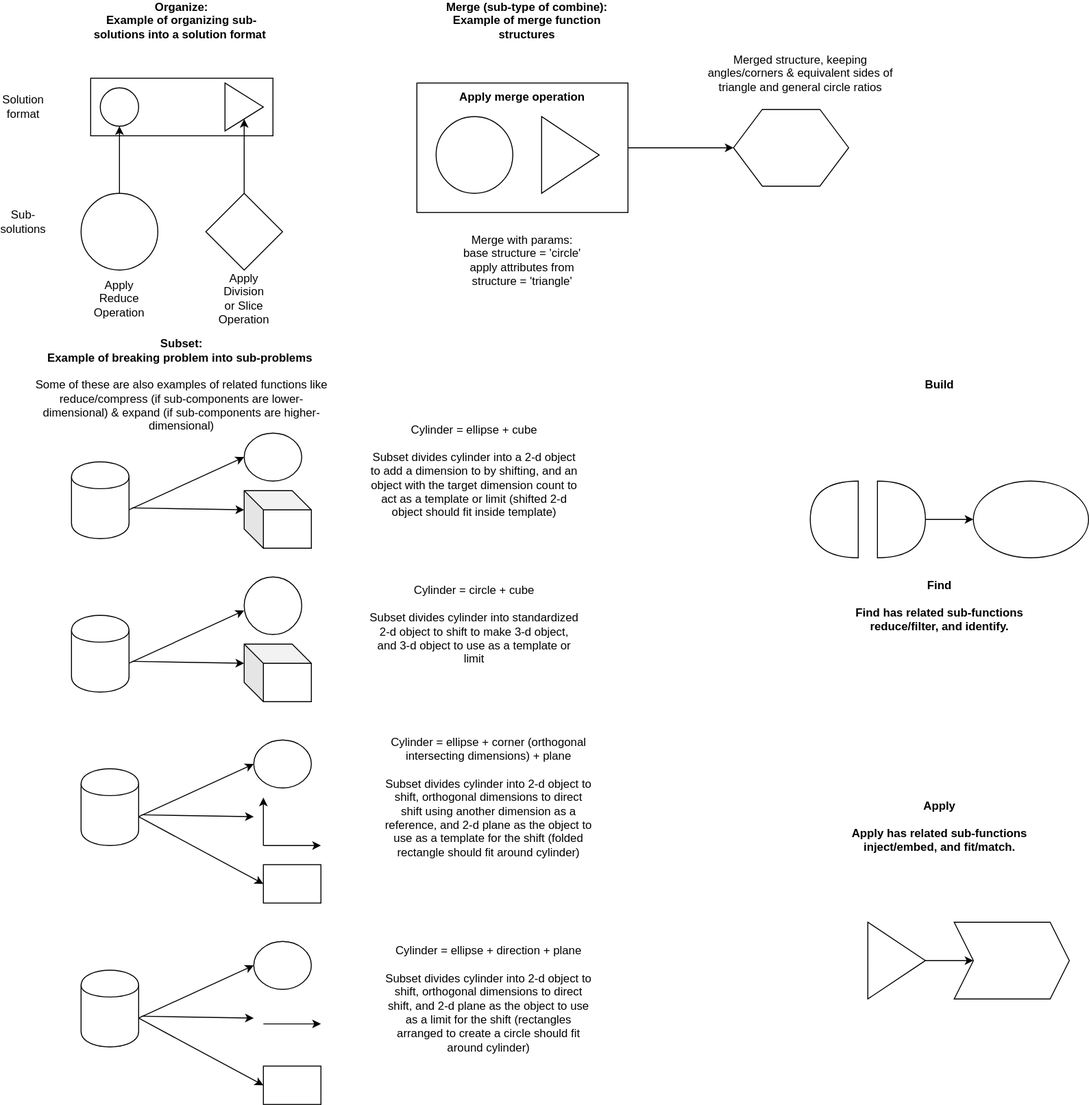
This is docs/objects/core_functions.svg from outdreamer/build-a-cure, a draw.io export, as it was before one commit. Source tidied: cells renumbered, new cells last; positions are measured from the earlier drawing's top-left corner, leaving out a move shared by most shapes. The source it was exported from:
```xml
<mxGraphModel>
  <root>
    <mxCell id="0" />
    <mxCell id="1" parent="0" />
    <mxCell id="2" style="rounded=0;whiteSpace=wrap;html=1;" parent="1" vertex="1">
      <mxGeometry x="430" y="75" width="220" height="135" as="geometry" />
    </mxCell>
    <mxCell id="3" style="rounded=0;whiteSpace=wrap;html=1;" parent="1" vertex="1">
      <mxGeometry x="90" y="70" width="190" height="60" as="geometry" />
    </mxCell>
    <mxCell id="4" style="ellipse;whiteSpace=wrap;html=1;" parent="1" vertex="1">
      <mxGeometry x="100" y="80" width="40" height="40" as="geometry" />
    </mxCell>
    <mxCell id="5" style="triangle;whiteSpace=wrap;html=1;" parent="1" vertex="1">
      <mxGeometry x="230" y="75" width="40" height="50" as="geometry" />
    </mxCell>
    <mxCell id="6" style="ellipse;whiteSpace=wrap;html=1;" parent="1" vertex="1">
      <mxGeometry x="80" y="190" width="80" height="80" as="geometry" />
    </mxCell>
    <mxCell id="7" style="rhombus;whiteSpace=wrap;html=1;" parent="1" vertex="1">
      <mxGeometry x="210" y="190" width="80" height="80" as="geometry" />
    </mxCell>
    <mxCell id="8" value="Organize:&lt;br&gt;Example of organizing sub-solutions into a solution format&amp;nbsp;" style="text;html=1;strokeColor=none;fillColor=none;align=center;verticalAlign=middle;whiteSpace=wrap;rounded=0;fontStyle=1;" parent="1" vertex="1">
      <mxGeometry x="80" width="210" height="20" as="geometry" />
    </mxCell>
    <mxCell id="9" value="Solution format" style="text;html=1;strokeColor=none;fillColor=none;align=center;verticalAlign=middle;whiteSpace=wrap;rounded=0;" parent="1" vertex="1">
      <mxGeometry y="90" width="40" height="20" as="geometry" />
    </mxCell>
    <mxCell id="10" value="Sub-solutions" style="text;html=1;strokeColor=none;fillColor=none;align=center;verticalAlign=middle;whiteSpace=wrap;rounded=0;" parent="1" vertex="1">
      <mxGeometry y="210" width="40" height="20" as="geometry" />
    </mxCell>
    <mxCell id="11" value="Apply&lt;br&gt;Reduce Operation" style="text;html=1;strokeColor=none;fillColor=none;align=center;verticalAlign=middle;whiteSpace=wrap;rounded=0;" parent="1" vertex="1">
      <mxGeometry x="100" y="290" width="40" height="20" as="geometry" />
    </mxCell>
    <mxCell id="12" value="Apply&lt;br&gt;Division or Slice Operation" style="text;html=1;strokeColor=none;fillColor=none;align=center;verticalAlign=middle;whiteSpace=wrap;rounded=0;" parent="1" vertex="1">
      <mxGeometry x="230" y="290" width="40" height="20" as="geometry" />
    </mxCell>
    <mxCell id="13" style="endArrow=classic;html=1;exitX=0.5;exitY=0;exitDx=0;exitDy=0;entryX=0.5;entryY=1;entryDx=0;entryDy=0;" parent="1" edge="1" source="6" target="4">
      <mxGeometry relative="1" as="geometry" />
    </mxCell>
    <mxCell id="14" style="endArrow=classic;html=1;exitX=0.5;exitY=0;exitDx=0;exitDy=0;entryX=0.5;entryY=1;entryDx=0;entryDy=0;" parent="1" edge="1" source="7" target="5">
      <mxGeometry relative="1" as="geometry" />
    </mxCell>
    <mxCell id="15" value="Merge (sub-type of combine):&lt;br&gt;Example of merge function structures" style="text;html=1;strokeColor=none;fillColor=none;align=center;verticalAlign=middle;whiteSpace=wrap;rounded=0;fontStyle=1;" parent="1" vertex="1">
      <mxGeometry x="440" width="210" height="20" as="geometry" />
    </mxCell>
    <mxCell id="16" style="ellipse;whiteSpace=wrap;html=1;" parent="1" vertex="1">
      <mxGeometry x="450" y="110" width="80" height="80" as="geometry" />
    </mxCell>
    <mxCell id="17" style="triangle;whiteSpace=wrap;html=1;" parent="1" vertex="1">
      <mxGeometry x="560" y="110" width="60" height="80" as="geometry" />
    </mxCell>
    <mxCell id="18" value="Apply merge operation" style="text;html=1;strokeColor=none;fillColor=none;align=center;verticalAlign=middle;whiteSpace=wrap;rounded=0;fontStyle=1;" parent="1" vertex="1">
      <mxGeometry x="460" y="80" width="160" height="20" as="geometry" />
    </mxCell>
    <mxCell id="19" style="shape=hexagon;perimeter=hexagonPerimeter2;whiteSpace=wrap;html=1;" parent="1" vertex="1">
      <mxGeometry x="760" y="102.5" width="120" height="80" as="geometry" />
    </mxCell>
    <mxCell id="20" style="endArrow=classic;html=1;exitX=1;exitY=0.5;exitDx=0;exitDy=0;entryX=0;entryY=0.5;entryDx=0;entryDy=0;" parent="1" edge="1" source="2" target="19">
      <mxGeometry relative="1" as="geometry" />
    </mxCell>
    <mxCell id="21" value="Merged structure, keeping angles/corners &amp;amp; equivalent sides of triangle and general circle ratios" style="text;html=1;strokeColor=none;fillColor=none;align=center;verticalAlign=middle;whiteSpace=wrap;rounded=0;" parent="1" vertex="1">
      <mxGeometry x="730" y="55" width="200" height="20" as="geometry" />
    </mxCell>
    <mxCell id="22" value="Merge with params:&lt;br&gt;base structure = 'circle'&lt;br&gt;apply attributes from structure = 'triangle'" style="text;html=1;strokeColor=none;fillColor=none;align=center;verticalAlign=middle;whiteSpace=wrap;rounded=0;" parent="1" vertex="1">
      <mxGeometry x="465" y="250" width="150" height="20" as="geometry" />
    </mxCell>
    <mxCell id="23" value="Subset:&lt;br&gt;Example of breaking problem into sub-problems&amp;nbsp;&lt;br&gt;&lt;br&gt;&lt;span style=&quot;font-weight: normal&quot;&gt;Some of these are also examples of related functions like reduce/compress (if sub-components are lower-dimensional) &amp;amp; expand (if sub-components are higher-dimensional)&lt;/span&gt;" style="text;html=1;strokeColor=none;fillColor=none;align=center;verticalAlign=middle;whiteSpace=wrap;rounded=0;fontStyle=1;" parent="1" vertex="1">
      <mxGeometry x="30" y="380" width="310" height="20" as="geometry" />
    </mxCell>
    <mxCell id="24" style="shape=cylinder;whiteSpace=wrap;html=1;boundedLbl=1;backgroundOutline=1;" parent="1" vertex="1">
      <mxGeometry x="70" y="470" width="60" height="80" as="geometry" />
    </mxCell>
    <mxCell id="25" style="endArrow=classic;html=1;exitX=1.05;exitY=0.6;exitDx=0;exitDy=0;exitPerimeter=0;entryX=0;entryY=0;entryDx=0;entryDy=20;entryPerimeter=0;" parent="1" edge="1" source="24" target="27">
      <mxGeometry relative="1" as="geometry" />
    </mxCell>
    <mxCell id="26" style="ellipse;whiteSpace=wrap;html=1;" parent="1" vertex="1">
      <mxGeometry x="250" y="440" width="60" height="50" as="geometry" />
    </mxCell>
    <mxCell id="27" style="shape=cube;whiteSpace=wrap;html=1;boundedLbl=1;backgroundOutline=1;darkOpacity=0.05;darkOpacity2=0.1;" parent="1" vertex="1">
      <mxGeometry x="250" y="500" width="70" height="60" as="geometry" />
    </mxCell>
    <mxCell id="28" style="endArrow=classic;html=1;entryX=0;entryY=0.5;entryDx=0;entryDy=0;" parent="1" edge="1" target="26">
      <mxGeometry relative="1" as="geometry">
        <mxPoint x="130" y="520" as="sourcePoint" />
      </mxGeometry>
    </mxCell>
    <mxCell id="29" style="shape=cylinder;whiteSpace=wrap;html=1;boundedLbl=1;backgroundOutline=1;" parent="1" vertex="1">
      <mxGeometry x="70" y="630" width="60" height="80" as="geometry" />
    </mxCell>
    <mxCell id="30" style="endArrow=classic;html=1;exitX=1.05;exitY=0.6;exitDx=0;exitDy=0;exitPerimeter=0;entryX=0;entryY=0;entryDx=0;entryDy=20;entryPerimeter=0;" parent="1" edge="1" source="29" target="31">
      <mxGeometry relative="1" as="geometry" />
    </mxCell>
    <mxCell id="31" style="shape=cube;whiteSpace=wrap;html=1;boundedLbl=1;backgroundOutline=1;darkOpacity=0.05;darkOpacity2=0.1;" parent="1" vertex="1">
      <mxGeometry x="250" y="660" width="70" height="60" as="geometry" />
    </mxCell>
    <mxCell id="32" style="endArrow=classic;html=1;entryX=0;entryY=0.5;entryDx=0;entryDy=0;" parent="1" edge="1">
      <mxGeometry relative="1" as="geometry">
        <mxPoint x="130" y="680" as="sourcePoint" />
        <mxPoint x="250" y="625" as="targetPoint" />
      </mxGeometry>
    </mxCell>
    <mxCell id="33" style="ellipse;whiteSpace=wrap;html=1;" parent="1" vertex="1">
      <mxGeometry x="250" y="590" width="60" height="60" as="geometry" />
    </mxCell>
    <mxCell id="34" style="shape=cylinder;whiteSpace=wrap;html=1;boundedLbl=1;backgroundOutline=1;" parent="1" vertex="1">
      <mxGeometry x="80" y="790" width="60" height="80" as="geometry" />
    </mxCell>
    <mxCell id="35" style="endArrow=classic;html=1;exitX=1.05;exitY=0.6;exitDx=0;exitDy=0;exitPerimeter=0;entryX=0;entryY=0;entryDx=0;entryDy=20;entryPerimeter=0;" parent="1" edge="1" source="34">
      <mxGeometry relative="1" as="geometry">
        <mxPoint x="260" y="840" as="targetPoint" />
      </mxGeometry>
    </mxCell>
    <mxCell id="36" style="ellipse;whiteSpace=wrap;html=1;" parent="1" vertex="1">
      <mxGeometry x="260" y="760" width="60" height="50" as="geometry" />
    </mxCell>
    <mxCell id="37" style="endArrow=classic;html=1;entryX=0;entryY=0.5;entryDx=0;entryDy=0;" parent="1" edge="1" target="36">
      <mxGeometry relative="1" as="geometry">
        <mxPoint x="140" y="840" as="sourcePoint" />
      </mxGeometry>
    </mxCell>
    <mxCell id="38" style="endArrow=classic;html=1;" parent="1" edge="1">
      <mxGeometry relative="1" as="geometry">
        <mxPoint x="270" y="870" as="sourcePoint" />
        <mxPoint x="330" y="870" as="targetPoint" />
      </mxGeometry>
    </mxCell>
    <mxCell id="39" style="endArrow=classic;html=1;" parent="1" edge="1">
      <mxGeometry relative="1" as="geometry">
        <mxPoint x="270" y="870" as="sourcePoint" />
        <mxPoint x="270" y="820" as="targetPoint" />
      </mxGeometry>
    </mxCell>
    <mxCell id="40" style="rounded=0;whiteSpace=wrap;html=1;" parent="1" vertex="1">
      <mxGeometry x="270" y="890" width="60" height="40" as="geometry" />
    </mxCell>
    <mxCell id="41" style="endArrow=classic;html=1;entryX=0;entryY=0.5;entryDx=0;entryDy=0;" parent="1" edge="1" target="40">
      <mxGeometry relative="1" as="geometry">
        <mxPoint x="140" y="840" as="sourcePoint" />
      </mxGeometry>
    </mxCell>
    <mxCell id="42" style="shape=cylinder;whiteSpace=wrap;html=1;boundedLbl=1;backgroundOutline=1;" parent="1" vertex="1">
      <mxGeometry x="80" y="1000" width="60" height="80" as="geometry" />
    </mxCell>
    <mxCell id="43" style="endArrow=classic;html=1;exitX=1.05;exitY=0.6;exitDx=0;exitDy=0;exitPerimeter=0;entryX=0;entryY=0;entryDx=0;entryDy=20;entryPerimeter=0;" parent="1" edge="1" source="42">
      <mxGeometry relative="1" as="geometry">
        <mxPoint x="260" y="1050" as="targetPoint" />
      </mxGeometry>
    </mxCell>
    <mxCell id="44" style="ellipse;whiteSpace=wrap;html=1;" parent="1" vertex="1">
      <mxGeometry x="260" y="970" width="60" height="50" as="geometry" />
    </mxCell>
    <mxCell id="45" style="endArrow=classic;html=1;entryX=0;entryY=0.5;entryDx=0;entryDy=0;" parent="1" edge="1" target="44">
      <mxGeometry relative="1" as="geometry">
        <mxPoint x="140" y="1050" as="sourcePoint" />
      </mxGeometry>
    </mxCell>
    <mxCell id="46" style="endArrow=classic;html=1;" parent="1" edge="1">
      <mxGeometry relative="1" as="geometry">
        <mxPoint x="270" y="1056" as="sourcePoint" />
        <mxPoint x="330" y="1056" as="targetPoint" />
      </mxGeometry>
    </mxCell>
    <mxCell id="47" style="rounded=0;whiteSpace=wrap;html=1;" parent="1" vertex="1">
      <mxGeometry x="270" y="1100" width="60" height="40" as="geometry" />
    </mxCell>
    <mxCell id="48" style="endArrow=classic;html=1;entryX=0;entryY=0.5;entryDx=0;entryDy=0;" parent="1" edge="1" target="47">
      <mxGeometry relative="1" as="geometry">
        <mxPoint x="140" y="1050" as="sourcePoint" />
      </mxGeometry>
    </mxCell>
    <mxCell id="49" value="Cylinder = ellipse + direction + plane&lt;br&gt;&lt;br&gt;Subset divides cylinder into 2-d object to shift, orthogonal dimensions to direct shift, and 2-d plane as the object to use as a limit for the shift (rectangles arranged to create a circle should fit around cylinder)" style="text;html=1;strokeColor=none;fillColor=none;align=center;verticalAlign=middle;whiteSpace=wrap;rounded=0;" parent="1" vertex="1">
      <mxGeometry x="395" y="1020" width="220" height="20" as="geometry" />
    </mxCell>
    <mxCell id="50" value="Cylinder = ellipse + corner (orthogonal intersecting dimensions) + plane&lt;br&gt;&lt;br&gt;Subset divides cylinder into 2-d object to shift, orthogonal dimensions to direct shift using another dimension as a reference, and 2-d plane as the object to use as a template for the shift (folded rectangle should fit around cylinder)" style="text;html=1;strokeColor=none;fillColor=none;align=center;verticalAlign=middle;whiteSpace=wrap;rounded=0;" parent="1" vertex="1">
      <mxGeometry x="395" y="810" width="220" height="20" as="geometry" />
    </mxCell>
    <mxCell id="51" value="Cylinder = circle + cube&lt;br&gt;&lt;br&gt;Subset divides cylinder into standardized 2-d object to shift to make 3-d object, and 3-d object to use as a template or limit" style="text;html=1;strokeColor=none;fillColor=none;align=center;verticalAlign=middle;whiteSpace=wrap;rounded=0;" parent="1" vertex="1">
      <mxGeometry x="380" y="630" width="220" height="20" as="geometry" />
    </mxCell>
    <mxCell id="52" value="Cylinder = ellipse + cube&lt;br&gt;&lt;br&gt;Subset divides cylinder into a 2-d object to add a dimension to by shifting, and an object with the target dimension count to act as a template or limit (shifted 2-d object should fit inside template)" style="text;html=1;strokeColor=none;fillColor=none;align=center;verticalAlign=middle;whiteSpace=wrap;rounded=0;" parent="1" vertex="1">
      <mxGeometry x="380" y="470" width="220" height="20" as="geometry" />
    </mxCell>
    <mxCell id="53" value="Build" style="text;html=1;strokeColor=none;fillColor=none;align=center;verticalAlign=middle;whiteSpace=wrap;rounded=0;fontStyle=1;" parent="1" vertex="1">
      <mxGeometry x="870" y="380" width="210" height="20" as="geometry" />
    </mxCell>
    <mxCell id="54" style="shape=or;whiteSpace=wrap;html=1;" parent="1" vertex="1">
      <mxGeometry x="910" y="490" width="50" height="80" as="geometry" />
    </mxCell>
    <mxCell id="55" style="shape=or;whiteSpace=wrap;html=1;rotation=-180;" parent="1" vertex="1">
      <mxGeometry x="840" y="490" width="50" height="80" as="geometry" />
    </mxCell>
    <mxCell id="56" style="ellipse;whiteSpace=wrap;html=1;" parent="1" vertex="1">
      <mxGeometry x="1010" y="490" width="120" height="80" as="geometry" />
    </mxCell>
    <mxCell id="57" style="endArrow=classic;html=1;entryX=0;entryY=0.5;entryDx=0;entryDy=0;exitX=1;exitY=0.5;exitDx=0;exitDy=0;exitPerimeter=0;" parent="1" edge="1" source="54" target="56">
      <mxGeometry relative="1" as="geometry" />
    </mxCell>
    <mxCell id="58" value="Find&lt;br&gt;&lt;br&gt;Find has related sub-functions reduce/filter, and identify." style="text;html=1;strokeColor=none;fillColor=none;align=center;verticalAlign=middle;whiteSpace=wrap;rounded=0;fontStyle=1;" parent="1" vertex="1">
      <mxGeometry x="870" y="610" width="210" height="20" as="geometry" />
    </mxCell>
    <mxCell id="59" value="Apply&lt;br&gt;&lt;br&gt;Apply has related sub-functions inject/embed, and fit/match." style="text;html=1;strokeColor=none;fillColor=none;align=center;verticalAlign=middle;whiteSpace=wrap;rounded=0;fontStyle=1;" parent="1" vertex="1">
      <mxGeometry x="870" y="840" width="210" height="20" as="geometry" />
    </mxCell>
    <mxCell id="60" style="endArrow=classic;html=1;entryX=0;entryY=0.5;entryDx=0;entryDy=0;exitX=1;exitY=0.5;exitDx=0;exitDy=0;exitPerimeter=0;" parent="1" edge="1">
      <mxGeometry relative="1" as="geometry">
        <mxPoint x="960" y="990" as="sourcePoint" />
        <mxPoint x="1010" y="990" as="targetPoint" />
      </mxGeometry>
    </mxCell>
    <mxCell id="61" style="shape=step;perimeter=stepPerimeter;whiteSpace=wrap;html=1;fixedSize=1;" parent="1" vertex="1">
      <mxGeometry x="990" y="950" width="120" height="80" as="geometry" />
    </mxCell>
    <mxCell id="62" style="triangle;whiteSpace=wrap;html=1;" parent="1" vertex="1">
      <mxGeometry x="900" y="950" width="60" height="80" as="geometry" />
    </mxCell>
  </root>
</mxGraphModel>
```
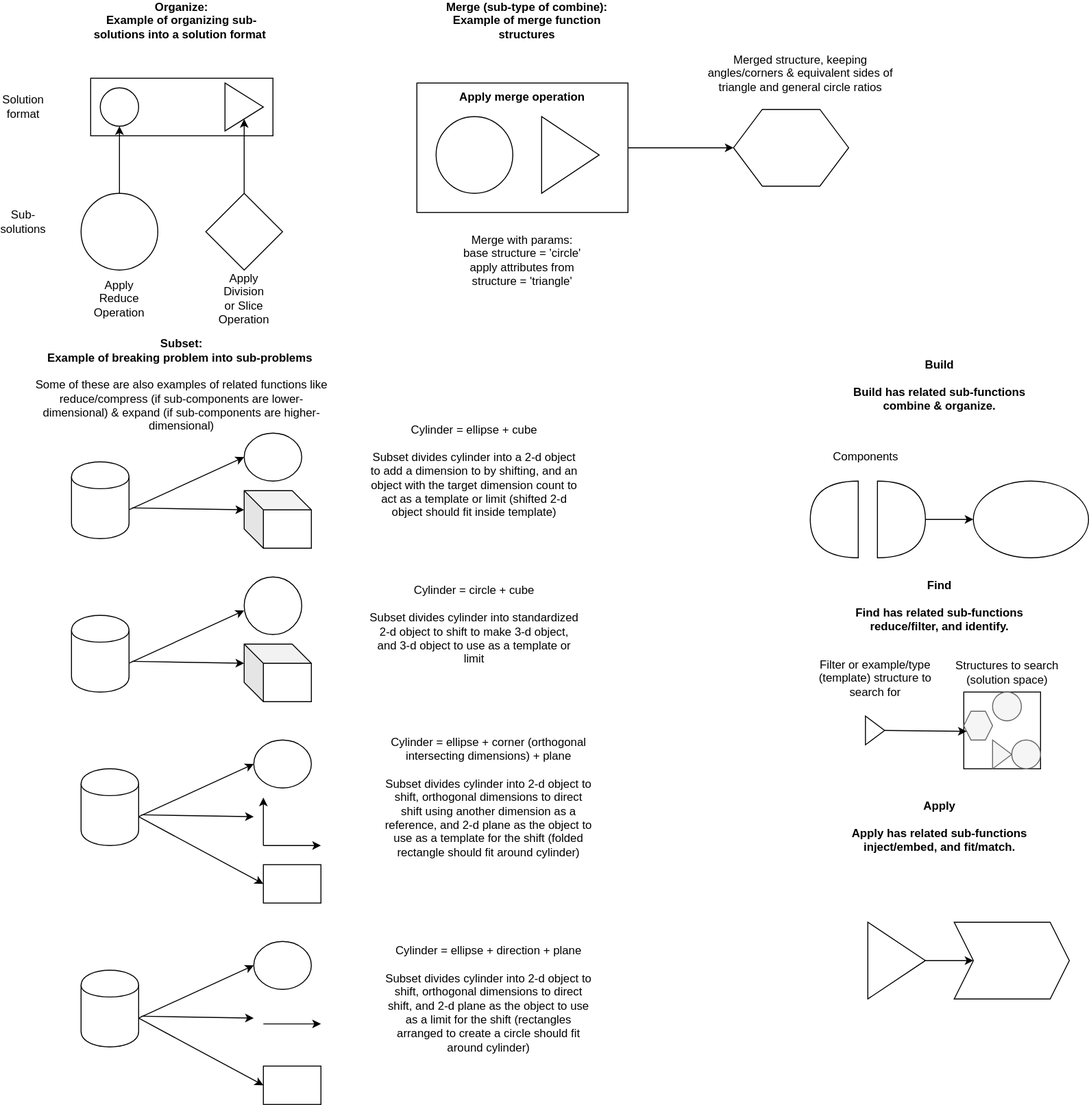
Later version of the same file.

What changed in the source:
```diff
@@ -181,7 +181,7 @@
     <mxCell id="52" value="Cylinder = ellipse + cube&lt;br&gt;&lt;br&gt;Subset divides cylinder into a 2-d object to add a dimension to by shifting, and an object with the target dimension count to act as a template or limit (shifted 2-d object should fit inside template)" style="text;html=1;strokeColor=none;fillColor=none;align=center;verticalAlign=middle;whiteSpace=wrap;rounded=0;" parent="1" vertex="1">
       <mxGeometry x="380" y="470" width="220" height="20" as="geometry" />
     </mxCell>
-    <mxCell id="53" value="Build" style="text;html=1;strokeColor=none;fillColor=none;align=center;verticalAlign=middle;whiteSpace=wrap;rounded=0;fontStyle=1;" parent="1" vertex="1">
+    <mxCell id="53" value="Build&lt;br&gt;&lt;br&gt;Build has related sub-functions combine &amp;amp; organize." style="text;html=1;strokeColor=none;fillColor=none;align=center;verticalAlign=middle;whiteSpace=wrap;rounded=0;fontStyle=1;" parent="1" vertex="1">
       <mxGeometry x="870" y="380" width="210" height="20" as="geometry" />
     </mxCell>
     <mxCell id="54" style="shape=or;whiteSpace=wrap;html=1;" parent="1" vertex="1">
@@ -214,5 +214,35 @@
     <mxCell id="62" style="triangle;whiteSpace=wrap;html=1;" parent="1" vertex="1">
       <mxGeometry x="900" y="950" width="60" height="80" as="geometry" />
     </mxCell>
+    <mxCell id="63" style="whiteSpace=wrap;html=1;" parent="1" vertex="1">
+      <mxGeometry x="1000" y="710" width="80" height="80" as="geometry" />
+    </mxCell>
+    <mxCell id="64" style="ellipse;whiteSpace=wrap;html=1;fillColor=#f5f5f5;strokeColor=#666666;fontColor=#333333;" parent="1" vertex="1">
+      <mxGeometry x="1030" y="710" width="30" height="30" as="geometry" />
+    </mxCell>
+    <mxCell id="65" style="ellipse;whiteSpace=wrap;html=1;fillColor=#f5f5f5;strokeColor=#666666;fontColor=#333333;" parent="1" vertex="1">
+      <mxGeometry x="1050" y="760" width="30" height="30" as="geometry" />
+    </mxCell>
+    <mxCell id="66" style="shape=hexagon;perimeter=hexagonPerimeter2;whiteSpace=wrap;html=1;fillColor=#f5f5f5;strokeColor=#666666;fontColor=#333333;" parent="1" vertex="1">
+      <mxGeometry x="1000" y="730" width="30" height="30" as="geometry" />
+    </mxCell>
+    <mxCell id="67" style="triangle;whiteSpace=wrap;html=1;fillColor=#f5f5f5;strokeColor=#666666;fontColor=#333333;" parent="1" vertex="1">
+      <mxGeometry x="1030" y="760" width="20" height="30" as="geometry" />
+    </mxCell>
+    <mxCell id="68" style="triangle;whiteSpace=wrap;html=1;" parent="1" vertex="1">
+      <mxGeometry x="897.5" y="735" width="20" height="30" as="geometry" />
+    </mxCell>
+    <mxCell id="69" value="Filter or example/type (template) structure to search for" style="text;html=1;strokeColor=none;fillColor=none;align=center;verticalAlign=middle;whiteSpace=wrap;rounded=0;" parent="1" vertex="1">
+      <mxGeometry x="847.5" y="686" width="120" height="20" as="geometry" />
+    </mxCell>
+    <mxCell id="70" value="Structures to search (solution space)" style="text;html=1;strokeColor=none;fillColor=none;align=center;verticalAlign=middle;whiteSpace=wrap;rounded=0;" parent="1" vertex="1">
+      <mxGeometry x="987.5" y="680" width="115" height="20" as="geometry" />
+    </mxCell>
+    <mxCell id="71" style="endArrow=classic;html=1;exitX=1;exitY=0.5;exitDx=0;exitDy=0;entryX=0;entryY=0.75;entryDx=0;entryDy=0;" parent="1" edge="1" source="68" target="66">
+      <mxGeometry relative="1" as="geometry" />
+    </mxCell>
+    <mxCell id="72" value="Components" style="text;html=1;strokeColor=none;fillColor=none;align=center;verticalAlign=middle;whiteSpace=wrap;rounded=0;" parent="1" vertex="1">
+      <mxGeometry x="878" y="455" width="40" height="20" as="geometry" />
+    </mxCell>
   </root>
 </mxGraphModel>
```
